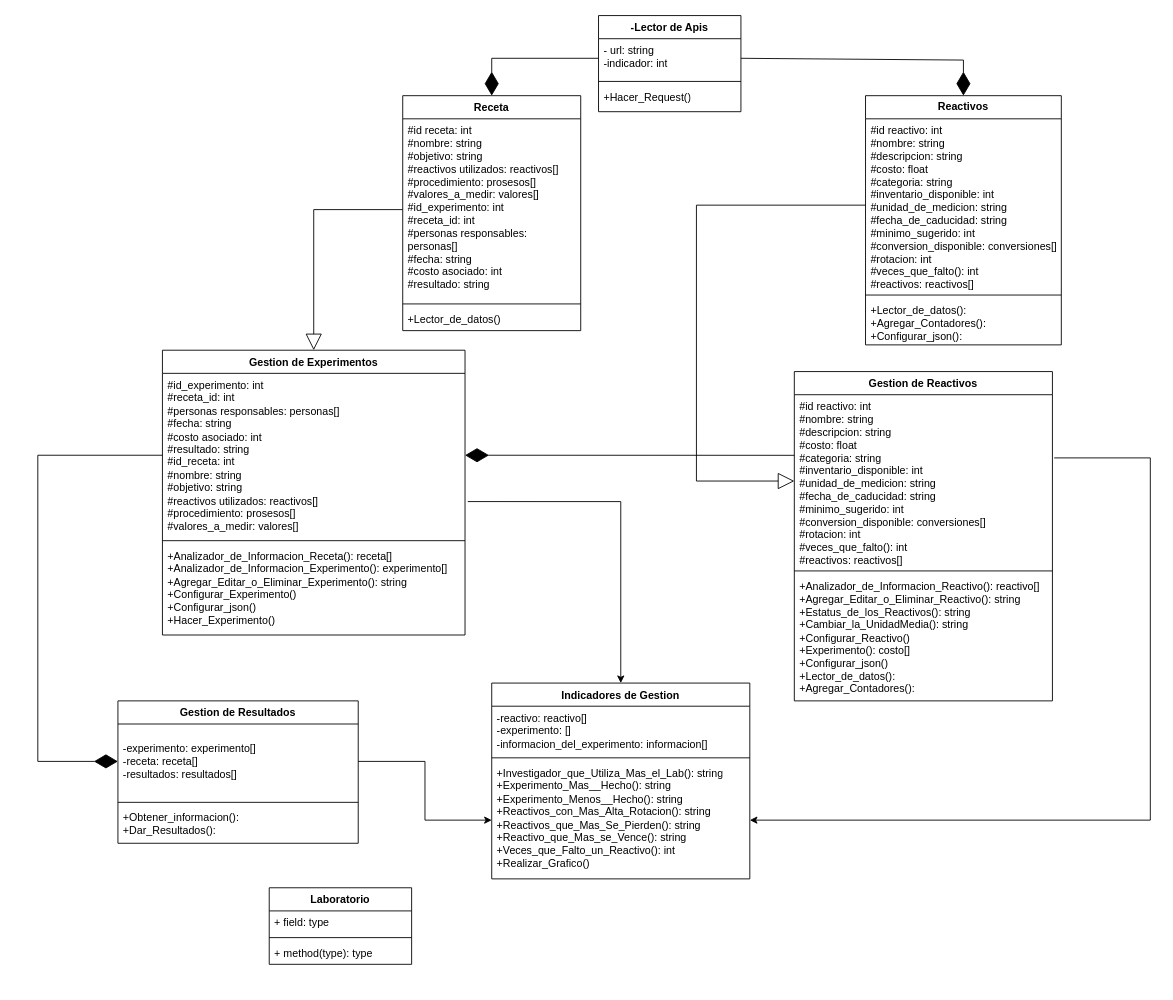
Diegoafkx/Proyecto keeps this draw.io diagram as Diagrama_proyecto.drawio. Above is the earlier version. Source tidied: cells renumbered, new cells numbered last; positions are measured from the earlier drawing's top-left corner, leaving out a move shared by most shapes. Both pictures are drawn from the tidied source at 89%, with x=0, y=0 at pixel (37, 15).
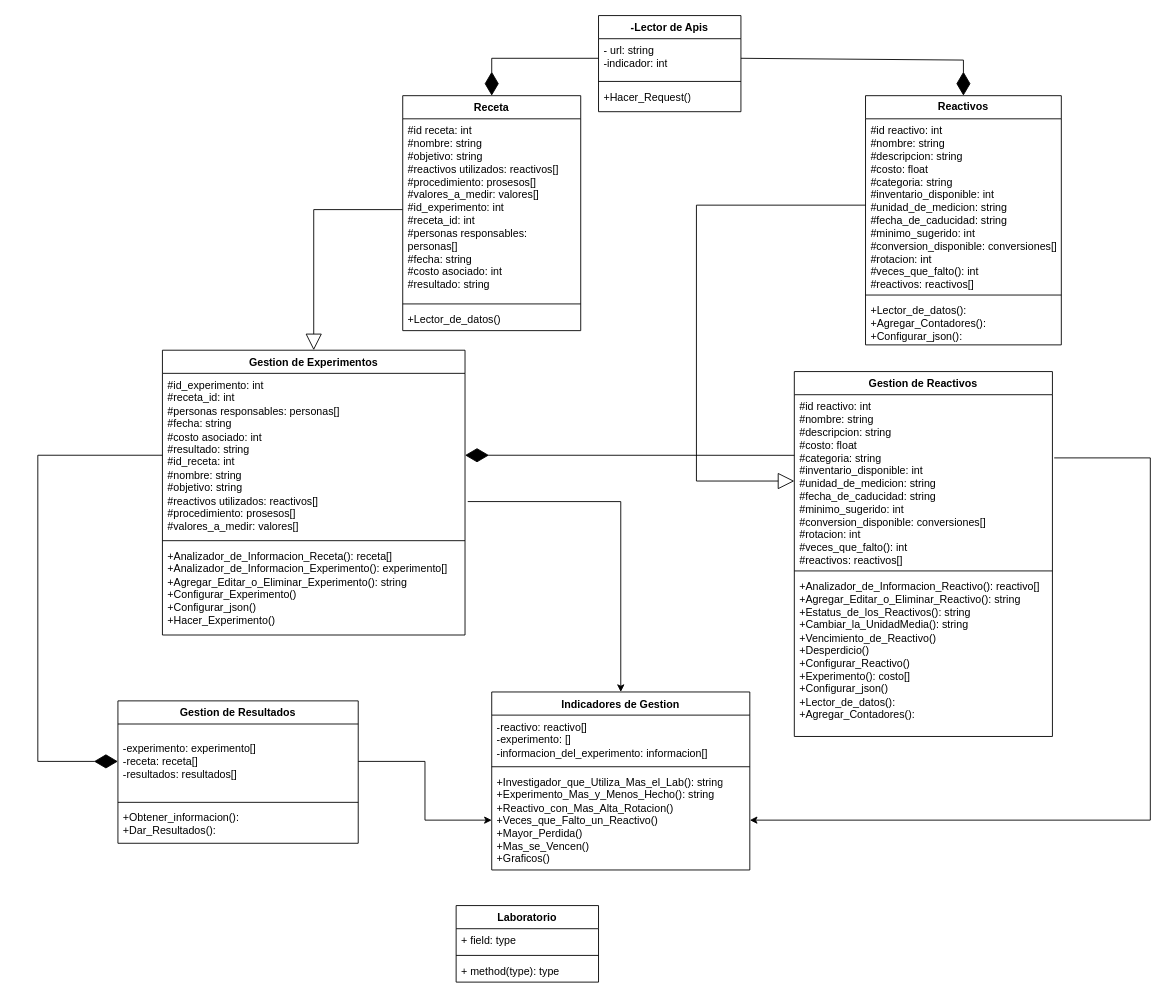
Above is the later version.

Change to the diagram source:
```diff
@@
     <mxCell id="6" value="Gestion de Reactivos" style="swimlane;fontStyle=1;align=center;verticalAlign=top;horizontal=1;startSize=26;whiteSpace=wrap;html=1;" parent="1" vertex="1">
-      <mxGeometry x="850" y="400" width="290" height="370" as="geometry" />
+      <mxGeometry x="850" y="400" width="290" height="410" as="geometry" />
     </mxCell>
@@
-    <mxCell id="9" value="&lt;div&gt;+Analizador_de_Informacion_Reactivo(): reactivo[]&lt;/div&gt;+Agregar_Editar_o_Eliminar_Reactivo(): string&lt;div&gt;+Estatus_de_los_Reactivos(): string&lt;/div&gt;&lt;div&gt;&lt;span style=&quot;background-color: transparent; color: light-dark(rgb(0, 0, 0), rgb(255, 255, 255));&quot;&gt;+Cambiar_la_UnidadMedia(): string&lt;/span&gt;&lt;/div&gt;&lt;div&gt;&lt;span style=&quot;background-color: transparent; color: light-dark(rgb(0, 0, 0), rgb(255, 255, 255));&quot;&gt;+Configurar_Reactivo()&lt;/span&gt;&lt;/div&gt;&lt;div&gt;&lt;span style=&quot;background-color: transparent; color: light-dark(rgb(0, 0, 0), rgb(255, 255, 255));&quot;&gt;+Experimento(): costo[]&lt;/span&gt;&lt;/div&gt;&lt;div&gt;&lt;div&gt;+Configurar_json()&lt;span style=&quot;background-color: transparent; color: light-dark(rgb(0, 0, 0), rgb(255, 255, 255));&quot;&gt;&lt;/span&gt;&lt;/div&gt;&lt;/div&gt;&lt;div&gt;&lt;div&gt;&lt;span style=&quot;background-color: transparent; color: light-dark(rgb(0, 0, 0), rgb(255, 255, 255));&quot;&gt;+Lector_de_datos(&lt;/span&gt;&lt;span style=&quot;background-color: transparent; color: light-dark(rgb(0, 0, 0), rgb(255, 255, 255));&quot;&gt;):&lt;/span&gt;&lt;/div&gt;&lt;div&gt;&lt;div&gt;+Agregar_Contadores():&lt;/div&gt;&lt;div&gt;&lt;br&gt;&lt;/div&gt;&lt;/div&gt;&lt;/div&gt;&lt;div&gt;&lt;br&gt;&lt;/div&gt;" style="text;strokeColor=none;fillColor=none;align=left;verticalAlign=top;spacingLeft=4;spacingRight=4;overflow=hidden;whiteSpace=wrap;html=1;" parent="6" vertex="1">
-      <mxGeometry y="228" width="290" height="142" as="geometry" />
+    <mxCell id="9" value="&lt;div&gt;+Analizador_de_Informacion_Reactivo(): reactivo[]&lt;/div&gt;+Agregar_Editar_o_Eliminar_Reactivo(): string&lt;div&gt;+Estatus_de_los_Reactivos(): string&lt;/div&gt;&lt;div&gt;&lt;span style=&quot;background-color: transparent; color: light-dark(rgb(0, 0, 0), rgb(255, 255, 255));&quot;&gt;+Cambiar_la_UnidadMedia(): string&lt;/span&gt;&lt;/div&gt;&lt;div&gt;&lt;span style=&quot;background-color: transparent; color: light-dark(rgb(0, 0, 0), rgb(255, 255, 255));&quot;&gt;+Vencimiento_de_Reactivo()&lt;/span&gt;&lt;/div&gt;&lt;div&gt;&lt;span style=&quot;background-color: transparent; color: light-dark(rgb(0, 0, 0), rgb(255, 255, 255));&quot;&gt;+Desperdicio()&lt;/span&gt;&lt;/div&gt;&lt;div&gt;&lt;span style=&quot;background-color: transparent; color: light-dark(rgb(0, 0, 0), rgb(255, 255, 255));&quot;&gt;+Configurar_Reactivo()&lt;/span&gt;&lt;/div&gt;&lt;div&gt;&lt;span style=&quot;background-color: transparent; color: light-dark(rgb(0, 0, 0), rgb(255, 255, 255));&quot;&gt;+Experimento(): costo[]&lt;/span&gt;&lt;/div&gt;&lt;div&gt;&lt;div&gt;+Configurar_json()&lt;span style=&quot;background-color: transparent; color: light-dark(rgb(0, 0, 0), rgb(255, 255, 255));&quot;&gt;&lt;/span&gt;&lt;/div&gt;&lt;/div&gt;&lt;div&gt;&lt;div&gt;&lt;span style=&quot;background-color: transparent; color: light-dark(rgb(0, 0, 0), rgb(255, 255, 255));&quot;&gt;+Lector_de_datos(&lt;/span&gt;&lt;span style=&quot;background-color: transparent; color: light-dark(rgb(0, 0, 0), rgb(255, 255, 255));&quot;&gt;):&lt;/span&gt;&lt;/div&gt;&lt;div&gt;&lt;div&gt;+Agregar_Contadores():&lt;/div&gt;&lt;div&gt;&lt;br&gt;&lt;/div&gt;&lt;/div&gt;&lt;/div&gt;&lt;div&gt;&lt;br&gt;&lt;/div&gt;" style="text;strokeColor=none;fillColor=none;align=left;verticalAlign=top;spacingLeft=4;spacingRight=4;overflow=hidden;whiteSpace=wrap;html=1;" parent="6" vertex="1">
+      <mxGeometry y="228" width="290" height="182" as="geometry" />
     </mxCell>
@@
     <mxCell id="18" value="Indicadores de Gestion" style="swimlane;fontStyle=1;align=center;verticalAlign=top;horizontal=1;startSize=26;whiteSpace=wrap;html=1;" parent="1" vertex="1">
-      <mxGeometry x="510" y="750" width="290" height="220" as="geometry" />
+      <mxGeometry x="510" y="760" width="290" height="200" as="geometry" />
     </mxCell>
@@
-    <mxCell id="21" value="+Investigador_que_Utiliza_Mas_el_Lab(): string&lt;div&gt;+Experimento_Mas__Hecho(): string&lt;/div&gt;&lt;div&gt;&lt;div&gt;+Experimento_Menos__Hecho(): string&lt;/div&gt;&lt;div&gt;+Reactivos_con_Mas_Alta_Rotacion(): string&lt;/div&gt;&lt;div&gt;+Reactivos_que_Mas_Se_Pierden(): string&lt;/div&gt;&lt;div&gt;+Reactivo_que_Mas_se_Vence(): string&lt;/div&gt;&lt;div&gt;+Veces_que_Falto_un_Reactivo(): int&lt;/div&gt;&lt;div&gt;+Realizar_Grafico()&lt;/div&gt;&lt;div&gt;&lt;br&gt;&lt;/div&gt;&lt;/div&gt;" style="text;strokeColor=none;fillColor=none;align=left;verticalAlign=top;spacingLeft=4;spacingRight=4;overflow=hidden;points=[[0,0.5],[1,0.5]];portConstraint=eastwest;whiteSpace=wrap;html=1;" parent="18" vertex="1">
-      <mxGeometry y="88" width="290" height="132" as="geometry" />
+    <mxCell id="21" value="+Investigador_que_Utiliza_Mas_el_Lab(): string&lt;div&gt;+Experimento_Mas_y_Menos_Hecho(): string&lt;/div&gt;&lt;div&gt;+Reactivo_con_Mas_Alta_Rotacion()&lt;/div&gt;&lt;div&gt;+Veces_que_Falto_un_Reactivo()&lt;/div&gt;&lt;div&gt;+Mayor_Perdida()&lt;/div&gt;&lt;div&gt;+Mas_se_Vencen()&lt;/div&gt;&lt;div&gt;&lt;div&gt;+Graficos()&lt;/div&gt;&lt;div&gt;&lt;br&gt;&lt;/div&gt;&lt;/div&gt;" style="text;strokeColor=none;fillColor=none;align=left;verticalAlign=top;spacingLeft=4;spacingRight=4;overflow=hidden;points=[[0,0.5],[1,0.5]];portConstraint=eastwest;whiteSpace=wrap;html=1;" parent="18" vertex="1">
+      <mxGeometry y="88" width="290" height="112" as="geometry" />
     </mxCell>
@@
     <mxCell id="36" value="Laboratorio" style="swimlane;fontStyle=1;align=center;verticalAlign=top;horizontal=1;startSize=26;whiteSpace=wrap;html=1;" parent="1" vertex="1">
-      <mxGeometry x="260" y="980" width="160" height="86" as="geometry" />
+      <mxGeometry x="470" y="1000" width="160" height="86" as="geometry" />
     </mxCell>
```
